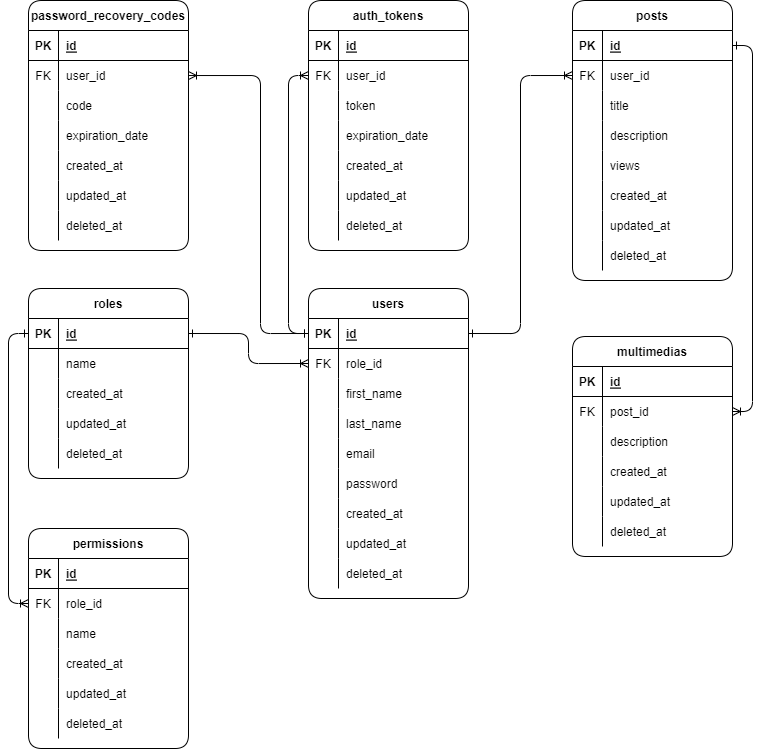
This is resources/imgs/solution.png from jessicaramsa/basic-social-network, a draw.io export, as it was before one commit. Source tidied: cells renumbered, new cells last; positions are measured from the earlier drawing's top-left corner, leaving out a move shared by most shapes.
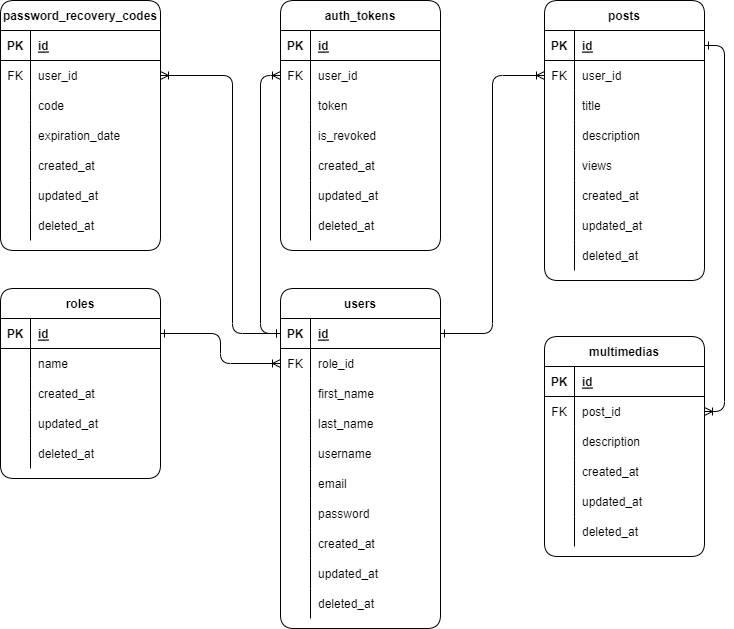
Above is the later version.

What changed in the source:
```diff
@@ -3,7 +3,7 @@
     <mxCell id="0" />
     <mxCell id="1" parent="0" />
     <mxCell id="2" value="users" style="shape=table;startSize=30;rowLines=0;fontStyle=1;align=center;rounded=1;" parent="1" vertex="1">
-      <mxGeometry x="280" y="288" width="160" height="310" as="geometry" />
+      <mxGeometry x="280" y="288" width="160" height="340" as="geometry" />
     </mxCell>
     <mxCell id="3" style="shape=tableRow;horizontal=0;startSize=0;swimlaneHead=0;swimlaneBody=0;fillColor=none;points=[[0,0.5],[1,0.5]];portConstraint=eastwest;top=0;left=0;right=0;bottom=1;" parent="2" vertex="1">
       <mxGeometry y="30" width="160" height="30" as="geometry" />
@@ -41,8 +41,17 @@
     <mxCell id="14" value="last_name" style="shape=partialRectangle;fillColor=none;top=0;left=0;bottom=0;right=0;align=left;spacingLeft=6;overflow=hidden;" parent="12" vertex="1">
       <mxGeometry x="30" width="130" height="30" as="geometry" />
     </mxCell>
+    <mxCell id="84" style="shape=tableRow;horizontal=0;startSize=0;swimlaneHead=0;swimlaneBody=0;fillColor=none;top=0;left=0;right=0;bottom=0;" parent="2" vertex="1">
+      <mxGeometry y="150" width="160" height="30" as="geometry" />
+    </mxCell>
+    <mxCell id="159" style="shape=partialRectangle;fillColor=none;top=0;left=0;bottom=0;right=0;overflow=hidden;" parent="84" vertex="1">
+      <mxGeometry width="30" height="30" as="geometry" />
+    </mxCell>
+    <mxCell id="160" value="username" style="shape=partialRectangle;fillColor=none;top=0;left=0;bottom=0;right=0;align=left;spacingLeft=6;overflow=hidden;" parent="84" vertex="1">
+      <mxGeometry x="30" width="130" height="30" as="geometry" />
+    </mxCell>
     <mxCell id="15" style="shape=tableRow;horizontal=0;startSize=0;swimlaneHead=0;swimlaneBody=0;fillColor=none;top=0;left=0;right=0;bottom=0;" parent="2" vertex="1">
-      <mxGeometry y="150" width="160" height="30" as="geometry" />
+      <mxGeometry y="180" width="160" height="30" as="geometry" />
     </mxCell>
     <mxCell id="16" style="shape=partialRectangle;fillColor=none;top=0;left=0;bottom=0;right=0;overflow=hidden;" parent="15" vertex="1">
       <mxGeometry width="30" height="30" as="geometry" />
@@ -51,7 +60,7 @@
       <mxGeometry x="30" width="130" height="30" as="geometry" />
     </mxCell>
     <mxCell id="18" style="shape=tableRow;horizontal=0;startSize=0;swimlaneHead=0;swimlaneBody=0;fillColor=none;top=0;left=0;right=0;bottom=0;" parent="2" vertex="1">
-      <mxGeometry y="180" width="160" height="30" as="geometry" />
+      <mxGeometry y="210" width="160" height="30" as="geometry" />
     </mxCell>
     <mxCell id="19" style="shape=partialRectangle;fillColor=none;top=0;left=0;bottom=0;right=0;overflow=hidden;" parent="18" vertex="1">
       <mxGeometry width="30" height="30" as="geometry" />
@@ -60,7 +69,7 @@
       <mxGeometry x="30" width="130" height="30" as="geometry" />
     </mxCell>
     <mxCell id="21" style="shape=tableRow;horizontal=0;startSize=0;swimlaneHead=0;swimlaneBody=0;fillColor=none;top=0;left=0;right=0;bottom=0;" parent="2" vertex="1">
-      <mxGeometry y="210" width="160" height="30" as="geometry" />
+      <mxGeometry y="240" width="160" height="30" as="geometry" />
     </mxCell>
     <mxCell id="22" style="shape=partialRectangle;fillColor=none;top=0;left=0;bottom=0;right=0;overflow=hidden;" parent="21" vertex="1">
       <mxGeometry width="30" height="30" as="geometry" />
@@ -69,7 +78,7 @@
       <mxGeometry x="30" width="130" height="30" as="geometry" />
     </mxCell>
     <mxCell id="24" style="shape=tableRow;horizontal=0;startSize=0;swimlaneHead=0;swimlaneBody=0;fillColor=none;top=0;left=0;right=0;bottom=0;" parent="2" vertex="1">
-      <mxGeometry y="240" width="160" height="30" as="geometry" />
+      <mxGeometry y="270" width="160" height="30" as="geometry" />
     </mxCell>
     <mxCell id="25" style="shape=partialRectangle;fillColor=none;top=0;left=0;bottom=0;right=0;overflow=hidden;" parent="24" vertex="1">
       <mxGeometry width="30" height="30" as="geometry" />
@@ -78,7 +87,7 @@
       <mxGeometry x="30" width="130" height="30" as="geometry" />
     </mxCell>
     <mxCell id="27" style="shape=tableRow;horizontal=0;startSize=0;swimlaneHead=0;swimlaneBody=0;fillColor=none;top=0;left=0;right=0;bottom=0;" parent="2" vertex="1">
-      <mxGeometry y="270" width="160" height="30" as="geometry" />
+      <mxGeometry y="300" width="160" height="30" as="geometry" />
     </mxCell>
     <mxCell id="28" style="shape=partialRectangle;fillColor=none;top=0;left=0;bottom=0;right=0;overflow=hidden;" parent="27" vertex="1">
       <mxGeometry width="30" height="30" as="geometry" />
@@ -209,66 +218,6 @@
     <mxCell id="70" value="deleted_at" style="shape=partialRectangle;fillColor=none;top=0;left=0;bottom=0;right=0;align=left;spacingLeft=6;overflow=hidden;" parent="68" vertex="1">
       <mxGeometry x="30" width="130" height="30" as="geometry" />
     </mxCell>
-    <mxCell id="71" value="permissions" style="shape=table;startSize=30;rowLines=0;fontStyle=1;align=center;rounded=1;" parent="1" vertex="1">
-      <mxGeometry y="528" width="160" height="220" as="geometry" />
-    </mxCell>
-    <mxCell id="72" style="shape=tableRow;horizontal=0;startSize=0;swimlaneHead=0;swimlaneBody=0;fillColor=none;top=0;left=0;right=0;bottom=1;" parent="71" vertex="1">
-      <mxGeometry y="30" width="160" height="30" as="geometry" />
-    </mxCell>
-    <mxCell id="73" value="PK" style="shape=partialRectangle;fillColor=none;top=0;left=0;bottom=0;right=0;fontStyle=1;overflow=hidden;" parent="72" vertex="1">
-      <mxGeometry width="30" height="30" as="geometry" />
-    </mxCell>
-    <mxCell id="74" value="id" style="shape=partialRectangle;fillColor=none;top=0;left=0;bottom=0;right=0;align=left;spacingLeft=6;fontStyle=5;overflow=hidden;" parent="72" vertex="1">
-      <mxGeometry x="30" width="130" height="30" as="geometry" />
-    </mxCell>
-    <mxCell id="75" style="shape=tableRow;horizontal=0;startSize=0;swimlaneHead=0;swimlaneBody=0;fillColor=none;points=[[0,0.5],[1,0.5]];portConstraint=eastwest;top=0;left=0;right=0;bottom=0;" parent="71" vertex="1">
-      <mxGeometry y="60" width="160" height="30" as="geometry" />
-    </mxCell>
-    <mxCell id="76" value="FK" style="shape=partialRectangle;fillColor=none;top=0;left=0;bottom=0;right=0;overflow=hidden;" parent="75" vertex="1">
-      <mxGeometry width="30" height="30" as="geometry" />
-    </mxCell>
-    <mxCell id="77" value="role_id" style="shape=partialRectangle;fillColor=none;top=0;left=0;bottom=0;right=0;align=left;spacingLeft=6;overflow=hidden;" parent="75" vertex="1">
-      <mxGeometry x="30" width="130" height="30" as="geometry" />
-    </mxCell>
-    <mxCell id="78" style="shape=tableRow;horizontal=0;startSize=0;swimlaneHead=0;swimlaneBody=0;fillColor=none;top=0;left=0;right=0;bottom=0;" parent="71" vertex="1">
-      <mxGeometry y="90" width="160" height="30" as="geometry" />
-    </mxCell>
-    <mxCell id="79" style="shape=partialRectangle;fillColor=none;top=0;left=0;bottom=0;right=0;overflow=hidden;" parent="78" vertex="1">
-      <mxGeometry width="30" height="30" as="geometry" />
-    </mxCell>
-    <mxCell id="80" value="name" style="shape=partialRectangle;fillColor=none;top=0;left=0;bottom=0;right=0;align=left;spacingLeft=6;overflow=hidden;" parent="78" vertex="1">
-      <mxGeometry x="30" width="130" height="30" as="geometry" />
-    </mxCell>
-    <mxCell id="81" style="shape=tableRow;horizontal=0;startSize=0;swimlaneHead=0;swimlaneBody=0;fillColor=none;top=0;left=0;right=0;bottom=0;" parent="71" vertex="1">
-      <mxGeometry y="120" width="160" height="30" as="geometry" />
-    </mxCell>
-    <mxCell id="82" style="shape=partialRectangle;fillColor=none;top=0;left=0;bottom=0;right=0;overflow=hidden;" parent="81" vertex="1">
-      <mxGeometry width="30" height="30" as="geometry" />
-    </mxCell>
-    <mxCell id="83" value="created_at" style="shape=partialRectangle;fillColor=none;top=0;left=0;bottom=0;right=0;align=left;spacingLeft=6;overflow=hidden;" parent="81" vertex="1">
-      <mxGeometry x="30" width="130" height="30" as="geometry" />
-    </mxCell>
-    <mxCell id="84" style="shape=tableRow;horizontal=0;startSize=0;swimlaneHead=0;swimlaneBody=0;fillColor=none;top=0;left=0;right=0;bottom=0;" parent="71" vertex="1">
-      <mxGeometry y="150" width="160" height="30" as="geometry" />
-    </mxCell>
-    <mxCell id="85" style="shape=partialRectangle;fillColor=none;top=0;left=0;bottom=0;right=0;overflow=hidden;" parent="84" vertex="1">
-      <mxGeometry width="30" height="30" as="geometry" />
-    </mxCell>
-    <mxCell id="86" value="updated_at" style="shape=partialRectangle;fillColor=none;top=0;left=0;bottom=0;right=0;align=left;spacingLeft=6;overflow=hidden;" parent="84" vertex="1">
-      <mxGeometry x="30" width="130" height="30" as="geometry" />
-    </mxCell>
-    <mxCell id="87" style="shape=tableRow;horizontal=0;startSize=0;swimlaneHead=0;swimlaneBody=0;fillColor=none;top=0;left=0;right=0;bottom=0;" parent="71" vertex="1">
-      <mxGeometry y="180" width="160" height="30" as="geometry" />
-    </mxCell>
-    <mxCell id="88" style="shape=partialRectangle;fillColor=none;top=0;left=0;bottom=0;right=0;overflow=hidden;" parent="87" vertex="1">
-      <mxGeometry width="30" height="30" as="geometry" />
-    </mxCell>
-    <mxCell id="89" value="deleted_at" style="shape=partialRectangle;fillColor=none;top=0;left=0;bottom=0;right=0;align=left;spacingLeft=6;overflow=hidden;" parent="87" vertex="1">
-      <mxGeometry x="30" width="130" height="30" as="geometry" />
-    </mxCell>
-    <mxCell id="90" style="edgeStyle=orthogonalEdgeStyle;rounded=1;jettySize=auto;html=1;exitX=0;exitY=0.5;exitDx=0;exitDy=0;entryX=0;entryY=0.5;entryDx=0;entryDy=0;endArrow=ERoneToMany;endFill=0;startArrow=ERone;startFill=0;fontSize=12;" parent="1" edge="1" source="56" target="75">
-      <mxGeometry relative="1" as="geometry" />
-    </mxCell>
     <mxCell id="91" style="edgeStyle=orthogonalEdgeStyle;rounded=1;jettySize=auto;html=1;exitX=1;exitY=0.5;exitDx=0;exitDy=0;entryX=0;entryY=0.5;entryDx=0;entryDy=0;fontSize=12;startArrow=ERone;startFill=0;endArrow=ERoneToMany;endFill=0;" parent="1" edge="1" source="56" target="6">
       <mxGeometry relative="1" as="geometry" />
     </mxCell>
@@ -308,7 +257,7 @@
     <mxCell id="103" style="shape=partialRectangle;fillColor=none;top=0;left=0;bottom=0;right=0;overflow=hidden;" parent="102" vertex="1">
       <mxGeometry width="30" height="30" as="geometry" />
     </mxCell>
-    <mxCell id="104" value="expiration_date" style="shape=partialRectangle;fillColor=none;top=0;left=0;bottom=0;right=0;align=left;spacingLeft=6;overflow=hidden;" parent="102" vertex="1">
+    <mxCell id="104" value="is_revoked" style="shape=partialRectangle;fillColor=none;top=0;left=0;bottom=0;right=0;align=left;spacingLeft=6;overflow=hidden;" parent="102" vertex="1">
       <mxGeometry x="30" width="130" height="30" as="geometry" />
     </mxCell>
     <mxCell id="105" style="shape=tableRow;horizontal=0;startSize=0;swimlaneHead=0;swimlaneBody=0;fillColor=none;top=0;left=0;right=0;bottom=0;" parent="92" vertex="1">
```
